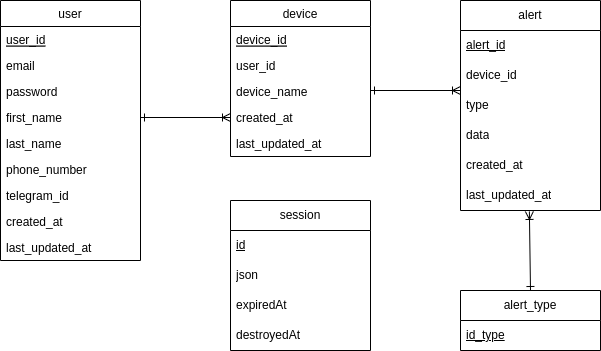
Earlier version of the draw.io export backend/diagrams/db.png (darkvictor13/Alert-Monitoring-System). Source tidied: cells renumbered, new cells last; positions are measured from the earlier drawing's top-left corner, leaving out a move shared by most shapes.
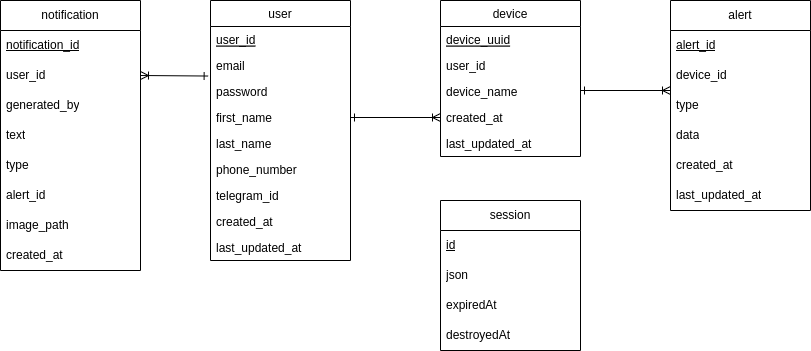
The same file after the commit.

What changed in the source:
```diff
@@ -35,7 +35,7 @@
     <mxCell id="12" value="device" style="swimlane;fontStyle=0;horizontal=1;startSize=26;fillColor=none;" parent="1" vertex="1">
       <mxGeometry x="230" width="140" height="156" as="geometry" />
     </mxCell>
-    <mxCell id="13" value="device_id" style="text;strokeColor=none;fillColor=none;align=left;verticalAlign=top;spacingLeft=4;spacingRight=4;overflow=hidden;fontStyle=4;" parent="12" vertex="1">
+    <mxCell id="13" value="device_uuid" style="text;strokeColor=none;fillColor=none;align=left;verticalAlign=top;spacingLeft=4;spacingRight=4;overflow=hidden;fontStyle=4;" parent="12" vertex="1">
       <mxGeometry y="26" width="140" height="26" as="geometry" />
     </mxCell>
     <mxCell id="14" value="user_id" style="text;strokeColor=none;fillColor=none;align=left;verticalAlign=top;spacingLeft=4;spacingRight=4;overflow=hidden;" parent="12" vertex="1">
@@ -97,14 +97,35 @@
         <mxPoint x="460" y="90" as="targetPoint" />
       </mxGeometry>
     </mxCell>
-    <mxCell id="32" value="alert_type" style="swimlane;fontStyle=0;horizontal=1;startSize=30;whiteSpace=wrap;html=1;" parent="1" vertex="1">
-      <mxGeometry x="460" y="290" width="140" height="60" as="geometry" />
-    </mxCell>
-    <mxCell id="33" value="id_type" style="text;strokeColor=none;fillColor=none;align=left;verticalAlign=middle;spacingLeft=4;spacingRight=4;overflow=hidden;whiteSpace=wrap;html=1;fontStyle=4;" parent="32" vertex="1">
-      <mxGeometry y="30" width="140" height="30" as="geometry" />
-    </mxCell>
-    <mxCell id="34" style="edgeStyle=none;html=1;entryX=0.492;entryY=1.032;entryDx=0;entryDy=0;endArrow=ERoneToMany;endFill=0;startArrow=ERone;startFill=0;exitX=0.5;exitY=0;exitDx=0;exitDy=0;entryPerimeter=0;" parent="1" edge="1" source="32" target="30">
-      <mxGeometry relative="1" as="geometry" />
-    </mxCell>
+    <mxCell id="35" value="notification" style="swimlane;fontStyle=0;horizontal=1;startSize=30;whiteSpace=wrap;html=1;" parent="1" vertex="1">
+      <mxGeometry x="-210" width="140" height="270" as="geometry" />
+    </mxCell>
+    <mxCell id="36" value="&lt;span style=&quot;text-align: center;&quot;&gt;notification_id&lt;/span&gt;" style="text;strokeColor=none;fillColor=none;align=left;verticalAlign=middle;spacingLeft=4;spacingRight=4;overflow=hidden;whiteSpace=wrap;html=1;fontStyle=4;" parent="35" vertex="1">
+      <mxGeometry y="30" width="140" height="30" as="geometry" />
+    </mxCell>
+    <mxCell id="37" value="&lt;div style=&quot;text-align: center;&quot;&gt;&lt;span style=&quot;background-color: initial;&quot;&gt;user_id&lt;/span&gt;&lt;/div&gt;" style="text;strokeColor=none;fillColor=none;align=left;verticalAlign=middle;spacingLeft=4;spacingRight=4;overflow=hidden;points=[[0,0.5],[1,0.5]];portConstraint=eastwest;whiteSpace=wrap;html=1;fontStyle=0;" parent="35" vertex="1">
+      <mxGeometry y="60" width="140" height="30" as="geometry" />
+    </mxCell>
+    <mxCell id="38" value="&lt;span style=&quot;text-align: center;&quot;&gt;generated_by&lt;/span&gt;" style="text;strokeColor=none;fillColor=none;align=left;verticalAlign=middle;spacingLeft=4;spacingRight=4;overflow=hidden;whiteSpace=wrap;html=1;fontStyle=0;" parent="35" vertex="1">
+      <mxGeometry y="90" width="140" height="30" as="geometry" />
+    </mxCell>
+    <mxCell id="39" value="&lt;span style=&quot;text-align: center;&quot;&gt;text&lt;/span&gt;" style="text;strokeColor=none;fillColor=none;align=left;verticalAlign=middle;spacingLeft=4;spacingRight=4;overflow=hidden;whiteSpace=wrap;html=1;fontStyle=0;" parent="35" vertex="1">
+      <mxGeometry y="120" width="140" height="30" as="geometry" />
+    </mxCell>
+    <mxCell id="40" value="&lt;span style=&quot;text-align: center;&quot;&gt;type&lt;/span&gt;" style="text;strokeColor=none;fillColor=none;align=left;verticalAlign=middle;spacingLeft=4;spacingRight=4;overflow=hidden;whiteSpace=wrap;html=1;fontStyle=0;" parent="35" vertex="1">
+      <mxGeometry y="150" width="140" height="30" as="geometry" />
+    </mxCell>
+    <mxCell id="41" value="&lt;span style=&quot;text-align: center;&quot;&gt;alert_id&lt;/span&gt;" style="text;strokeColor=none;fillColor=none;align=left;verticalAlign=middle;spacingLeft=4;spacingRight=4;overflow=hidden;whiteSpace=wrap;html=1;fontStyle=0;" parent="35" vertex="1">
+      <mxGeometry y="180" width="140" height="30" as="geometry" />
+    </mxCell>
+    <mxCell id="42" value="&lt;span style=&quot;text-align: center;&quot;&gt;image_path&lt;/span&gt;" style="text;strokeColor=none;fillColor=none;align=left;verticalAlign=middle;spacingLeft=4;spacingRight=4;overflow=hidden;whiteSpace=wrap;html=1;fontStyle=0;" parent="35" vertex="1">
+      <mxGeometry y="210" width="140" height="30" as="geometry" />
+    </mxCell>
+    <mxCell id="43" value="&lt;span style=&quot;text-align: center;&quot;&gt;created_at&lt;/span&gt;" style="text;strokeColor=none;fillColor=none;align=left;verticalAlign=middle;spacingLeft=4;spacingRight=4;overflow=hidden;whiteSpace=wrap;html=1;fontStyle=0;" parent="35" vertex="1">
+      <mxGeometry y="240" width="140" height="30" as="geometry" />
+    </mxCell>
+    <mxCell id="44" style="edgeStyle=none;html=1;endArrow=ERoneToMany;endFill=0;startArrow=ERone;startFill=0;exitX=-0.017;exitY=-0.095;exitDx=0;exitDy=0;entryX=1;entryY=0.5;entryDx=0;entryDy=0;exitPerimeter=0;" parent="1" edge="1" source="5" target="37">
+      <mxGeometry relative="1" as="geometry" />
+    </mxCell>
   </root>
 </mxGraphModel>
```
